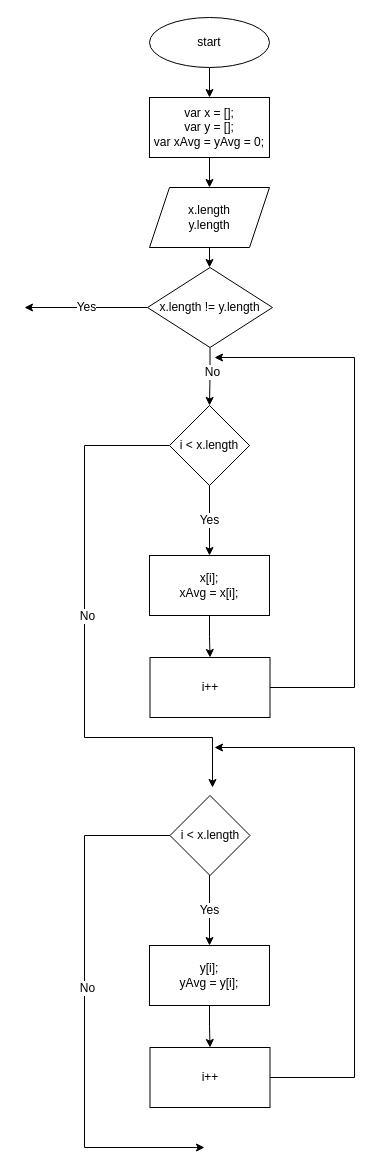
Before: page "Page-2" (2 of 2) of algorithm.drawio in MahmoudOsman99/algorithms, a draw.io diagram. Source tidied: cells renumbered, new cells numbered last; positions are measured from the earlier drawing's top-left corner, leaving out a move shared by most shapes. Both pictures are drawn from the tidied source at 100%, with x=0, y=0 at pixel (24, 17).
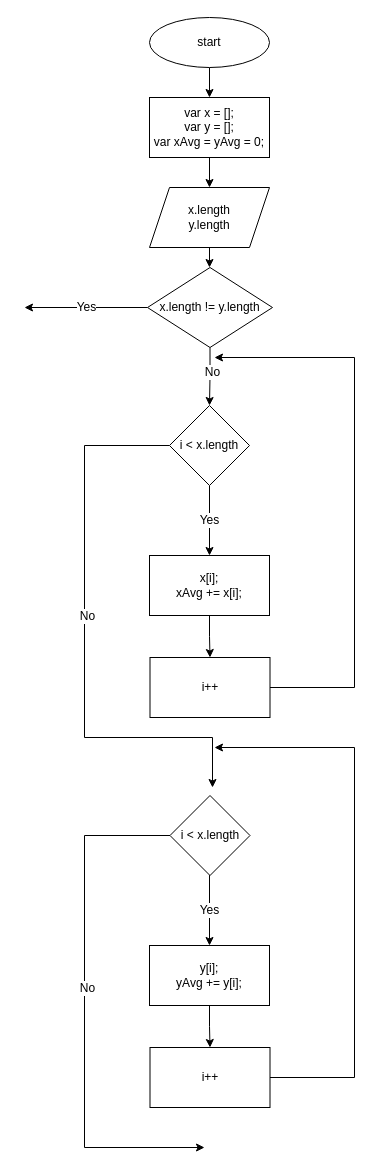
Above is the later version.

Change to the diagram source:
```diff
@@
-    <mxCell id="15" value="x[i];&lt;br&gt;xAvg = x[i];" style="rounded=0;whiteSpace=wrap;html=1;fontSize=12;" parent="1" vertex="1">
+    <mxCell id="15" value="x[i];&lt;br&gt;xAvg += x[i];" style="rounded=0;whiteSpace=wrap;html=1;fontSize=12;" parent="1" vertex="1">
       <mxGeometry x="125" y="538" width="120" height="60" as="geometry" />
     </mxCell>
@@
-    <mxCell id="25" value="y[i];&lt;br&gt;yAvg = y[i];" style="rounded=0;whiteSpace=wrap;html=1;fontSize=12;" parent="1" vertex="1">
+    <mxCell id="25" value="y[i];&lt;br&gt;yAvg += y[i];" style="rounded=0;whiteSpace=wrap;html=1;fontSize=12;" parent="1" vertex="1">
       <mxGeometry x="125" y="928" width="120" height="60" as="geometry" />
     </mxCell>
```
